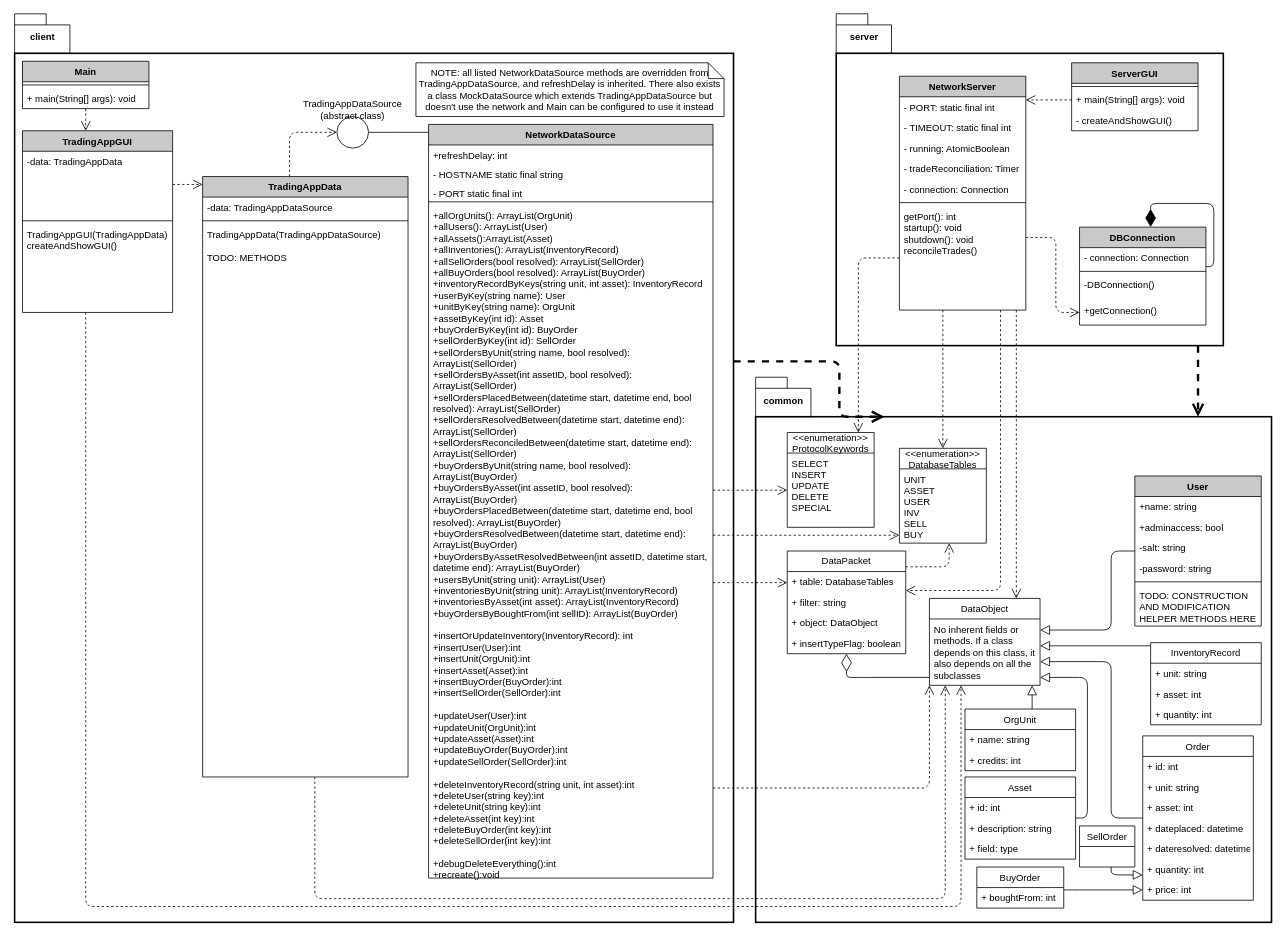
This is Documentation/Diagrams/ClassDiagramNEW.drawio from voidify3/TradingApp, a draw.io file, before an edit. Source tidied: cells renumbered, new cells numbered last; positions are measured from the earlier drawing's top-left corner, leaving out a move shared by most shapes. Both pictures are drawn from the tidied source at 79%, with x=0, y=0 at pixel (14, 13).
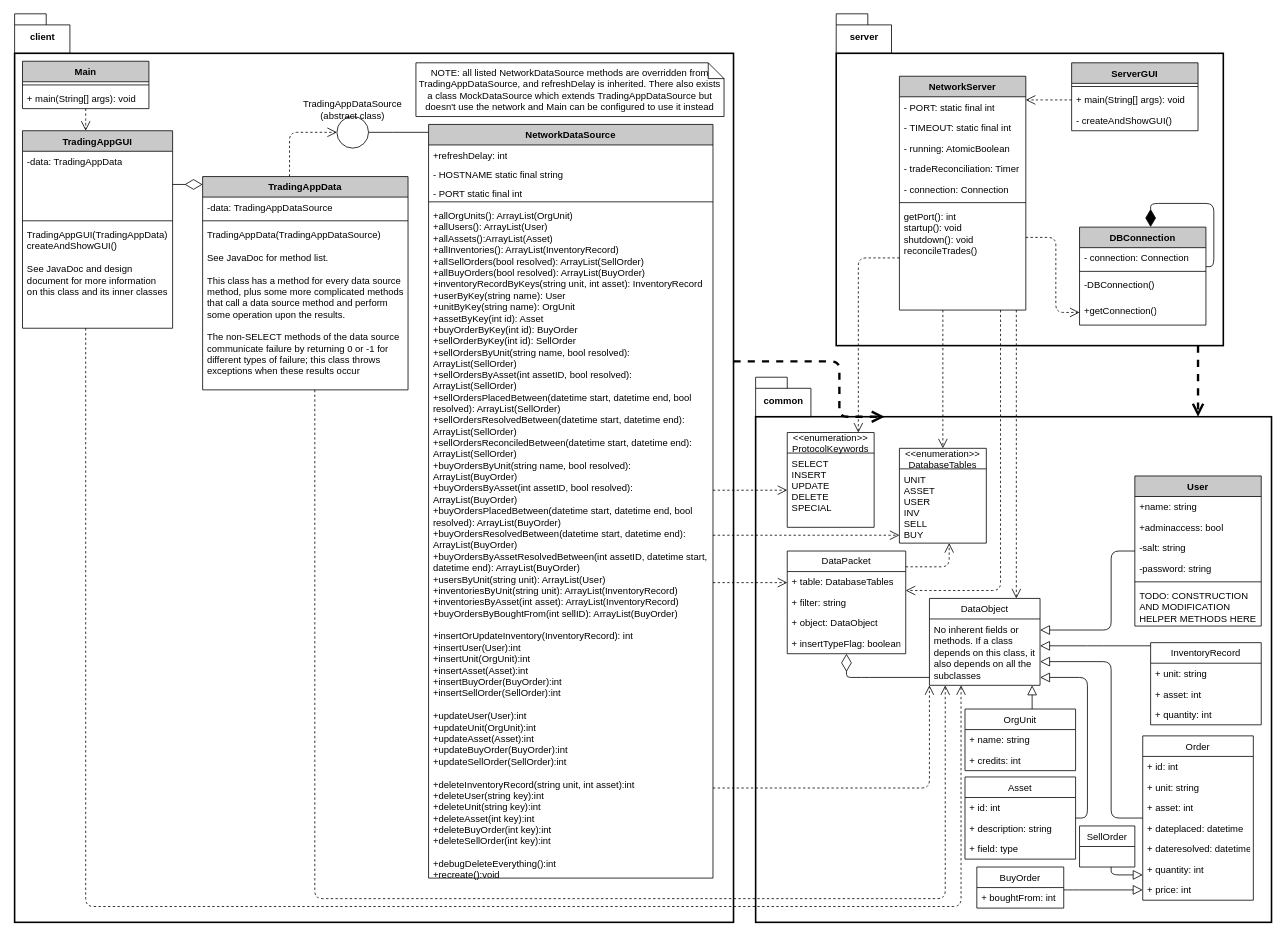
Above is the later version.

Unchanged cells that the change refers to:
```xml
<mxCell id="50" value="-data: TradingAppData" style="text;strokeColor=none;fillColor=none;align=left;verticalAlign=top;spacingLeft=4;spacingRight=4;overflow=hidden;points=[[0,0.5],[1,0.5]];portConstraint=eastwest;whiteSpace=wrap;" parent="49" vertex="1">
  <mxGeometry y="26" width="190" height="84" as="geometry" />
</mxCell>
```

What changed in the source:
```diff
@@
     <mxCell id="36" value="TradingAppData" style="swimlane;fontStyle=1;align=center;verticalAlign=top;horizontal=1;startSize=26;fontSize=12;strokeColor=#000000;strokeWidth=1;fillColor=#C9C9C9;html=0;" parent="1" vertex="1">
-      <mxGeometry x="238" y="206" width="260" height="760" as="geometry" />
+      <mxGeometry x="238" y="206" width="260" height="270" as="geometry" />
     </mxCell>
@@
-    <mxCell id="39" value="TradingAppData(TradingAppDataSource)&#10;&#10;TODO: METHODS" style="text;strokeColor=none;fillColor=none;align=left;verticalAlign=top;spacingLeft=4;spacingRight=4;overflow=hidden;points=[[0,0.5],[1,0.5]];portConstraint=eastwest;whiteSpace=wrap;" parent="36" vertex="1">
-      <mxGeometry y="60" width="260" height="700" as="geometry" />
+    <mxCell id="39" value="TradingAppData(TradingAppDataSource)&#10;&#10;See JavaDoc for method list.&#10;&#10;This class has a method for every data source&#10;method, plus some more complicated methods&#10;that call a data source method and perform some operation upon the results.&#10;&#10;The non-SELECT methods of the data source communicate failure by returning 0 or -1 for different types of failure; this class throws exceptions when these results occur" style="text;strokeColor=none;fillColor=none;align=left;verticalAlign=top;spacingLeft=4;spacingRight=4;overflow=hidden;points=[[0,0.5],[1,0.5]];portConstraint=eastwest;whiteSpace=wrap;" parent="36" vertex="1">
+      <mxGeometry y="60" width="260" height="210" as="geometry" />
     </mxCell>
@@
     <mxCell id="49" value="TradingAppGUI" style="swimlane;fontStyle=1;align=center;verticalAlign=top;horizontal=1;startSize=26;fontSize=12;strokeColor=#000000;strokeWidth=1;fillColor=#C9C9C9;html=0;" parent="1" vertex="1">
-      <mxGeometry x="10" y="148" width="190" height="230" as="geometry" />
+      <mxGeometry x="10" y="148" width="190" height="250" as="geometry" />
     </mxCell>
@@
-    <mxCell id="52" value="TradingAppGUI(TradingAppData)&#10;createAndShowGUI()" style="text;strokeColor=none;fillColor=none;align=left;verticalAlign=top;spacingLeft=4;spacingRight=4;overflow=hidden;points=[[0,0.5],[1,0.5]];portConstraint=eastwest;whiteSpace=wrap;" parent="49" vertex="1">
-      <mxGeometry y="118" width="190" height="112" as="geometry" />
+    <mxCell id="52" value="TradingAppGUI(TradingAppData)&#10;createAndShowGUI()&#10;&#10;See JavaDoc and design document for more information on this class and its inner classes" style="text;strokeColor=none;fillColor=none;align=left;verticalAlign=top;spacingLeft=4;spacingRight=4;overflow=hidden;points=[[0,0.5],[1,0.5]];portConstraint=eastwest;whiteSpace=wrap;" parent="49" vertex="1">
+      <mxGeometry y="118" width="190" height="132" as="geometry" />
     </mxCell>
-    <mxCell id="53" style="edgeStyle=orthogonalEdgeStyle;rounded=1;jettySize=auto;html=1;fontSize=12;endArrow=open;endFill=0;endSize=10;startSize=10;dashed=1;" parent="1" edge="1" source="50" target="36">
+    <mxCell id="53" style="edgeStyle=orthogonalEdgeStyle;rounded=1;jettySize=auto;html=1;fontSize=12;endArrow=diamondThin;endFill=0;endSize=20;startSize=10;" parent="1" edge="1" source="50" target="36">
       <mxGeometry relative="1" as="geometry">
         <Array as="points">
           <mxPoint x="238" y="216" />
           <mxPoint x="238" y="216" />
         </Array>
       </mxGeometry>
     </mxCell>
```
